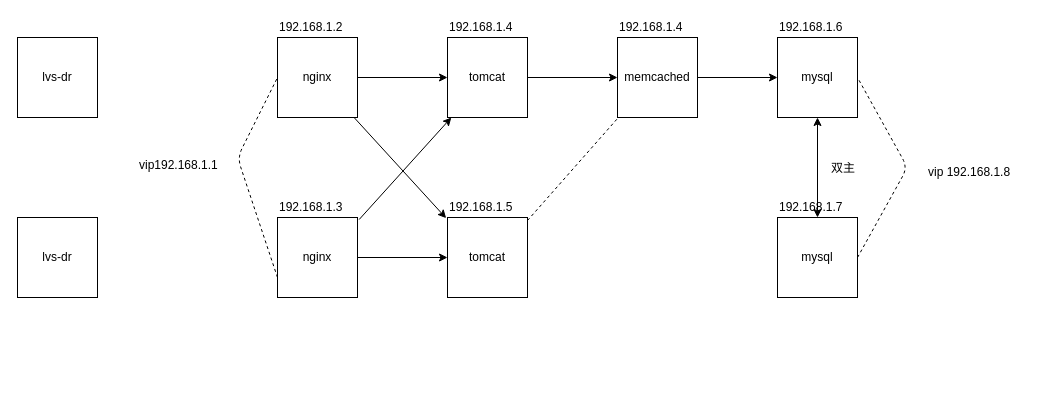
This is Untitled Diagram.drawio from niceallll/dashboard, a draw.io file, before an edit. Source tidied: cells renumbered, new cells numbered last; positions are measured from the earlier drawing's top-left corner, leaving out a move shared by most shapes. Both pictures are drawn from the tidied source at 100%, with x=0, y=0 at pixel (17, 17).
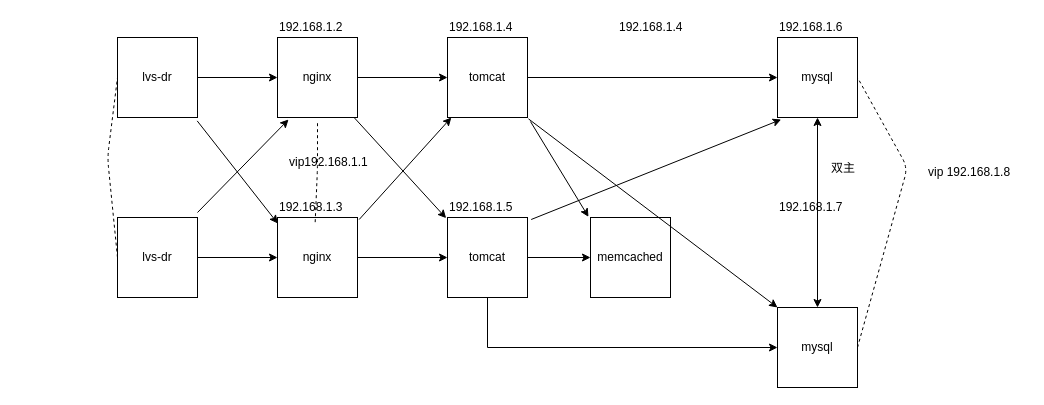
The same diagram, later.

Unchanged cells that the change refers to:
```xml
<mxCell id="3" value="nginx" style="whiteSpace=wrap;html=1;" parent="1" vertex="1">
  <mxGeometry x="260" y="20" width="80" height="80" as="geometry" />
</mxCell>
<mxCell id="5" value="tomcat" style="whiteSpace=wrap;html=1;direction=south;" parent="1" vertex="1">
  <mxGeometry x="430" y="20" width="80" height="80" as="geometry" />
</mxCell>
<mxCell id="8" value="mysql" style="whiteSpace=wrap;html=1;" parent="1" vertex="1">
  <mxGeometry x="760" y="20" width="80" height="80" as="geometry" />
</mxCell>
<mxCell id="10" value="nginx" style="whiteSpace=wrap;html=1;" parent="1" vertex="1">
  <mxGeometry x="260" y="200" width="80" height="80" as="geometry" />
</mxCell>
<mxCell id="11" value="tomcat" style="whiteSpace=wrap;html=1;" parent="1" vertex="1">
  <mxGeometry x="430" y="200" width="80" height="80" as="geometry" />
</mxCell>
<mxCell id="16" value="192.168.1.3" style="text;html=1;points=[];align=left;verticalAlign=top;spacingTop=-4;" parent="1" vertex="1">
  <mxGeometry x="260" y="180" width="80" height="20" as="geometry" />
</mxCell>
<mxCell id="19" value="192.168.1.5&lt;br&gt;" style="text;html=1;points=[];align=left;verticalAlign=top;spacingTop=-4;" parent="1" vertex="1">
  <mxGeometry x="430" y="180" width="80" height="20" as="geometry" />
</mxCell>
```

The edit, as a diff of the source:
```diff
@@
-    <mxCell id="4" style="edgeStyle=orthogonalEdgeStyle;rounded=0;jettySize=auto;html=1;entryX=0;entryY=0.5;entryDx=0;entryDy=0;" parent="1" edge="1" source="5" target="7">
-      <mxGeometry relative="1" as="geometry" />
-    </mxCell>
+    <mxCell id="32" style="edgeStyle=orthogonalEdgeStyle;rounded=0;jettySize=auto;html=1;entryX=0;entryY=0.5;entryDx=0;entryDy=0;" parent="1" edge="1" source="5" target="8">
+      <mxGeometry relative="1" as="geometry" />
+    </mxCell>
@@
-    <mxCell id="6" style="edgeStyle=orthogonalEdgeStyle;rounded=0;jettySize=auto;html=1;entryX=0;entryY=0.5;entryDx=0;entryDy=0;" parent="1" edge="1" source="7" target="8">
-      <mxGeometry relative="1" as="geometry" />
-    </mxCell>
     <mxCell id="7" value="memcached" style="whiteSpace=wrap;html=1;" parent="1" vertex="1">
-      <mxGeometry x="600" y="20" width="80" height="80" as="geometry" />
+      <mxGeometry x="573" y="200" width="80" height="80" as="geometry" />
     </mxCell>
@@
+    <mxCell id="33" style="edgeStyle=orthogonalEdgeStyle;rounded=0;jettySize=auto;html=1;entryX=0;entryY=0.5;entryDx=0;entryDy=0;" parent="1" edge="1" source="11" target="12">
+      <mxGeometry relative="1" as="geometry">
+        <Array as="points">
+          <mxPoint x="470" y="330" />
+        </Array>
+      </mxGeometry>
+    </mxCell>
+    <mxCell id="34" style="edgeStyle=orthogonalEdgeStyle;rounded=0;jettySize=auto;html=1;exitX=1;exitY=0.5;exitDx=0;exitDy=0;entryX=0;entryY=0.5;entryDx=0;entryDy=0;" parent="1" edge="1" source="11" target="7">
+      <mxGeometry relative="1" as="geometry" />
+    </mxCell>
@@
     <mxCell id="12" value="mysql" style="whiteSpace=wrap;html=1;" parent="1" vertex="1">
-      <mxGeometry x="760" y="200" width="80" height="80" as="geometry" />
+      <mxGeometry x="760" y="290" width="80" height="80" as="geometry" />
     </mxCell>
-    <mxCell id="13" style="endArrow=none;dashed=1;html=1;entryX=0;entryY=0.5;entryDx=0;entryDy=0;exitX=0;exitY=0.75;exitDx=0;exitDy=0;" parent="1" edge="1" source="10" target="3">
+    <mxCell id="13" style="endArrow=none;dashed=1;html=1;exitX=0.471;exitY=1.233;exitDx=0;exitDy=0;exitPerimeter=0;" parent="1" edge="1" source="16">
       <mxGeometry relative="1" as="geometry">
+        <mxPoint x="300" y="105" as="targetPoint" />
         <Array as="points">
-          <mxPoint x="220" y="140" />
+          <mxPoint x="300" y="150" />
         </Array>
       </mxGeometry>
     </mxCell>
     <mxCell id="14" value="vip192.168.1.1" style="text;html=1;align=left;verticalAlign=top;spacingTop=-4;" parent="1" vertex="1">
-      <mxGeometry x="120" y="138" width="90" height="20" as="geometry" />
+      <mxGeometry x="270" y="135" width="90" height="20" as="geometry" />
     </mxCell>
@@
-    <mxCell id="20" style="endArrow=none;dashed=1;html=1;" parent="1" edge="1">
-      <mxGeometry relative="1" as="geometry">
-        <mxPoint x="510" y="203" as="sourcePoint" />
-        <mxPoint x="600" y="101" as="targetPoint" />
-      </mxGeometry>
-    </mxCell>
@@
+    <mxCell id="35" style="edgeStyle=orthogonalEdgeStyle;rounded=0;jettySize=auto;html=1;exitX=1;exitY=0.5;exitDx=0;exitDy=0;entryX=0;entryY=0.5;entryDx=0;entryDy=0;" parent="1" edge="1" source="25" target="3">
+      <mxGeometry relative="1" as="geometry" />
+    </mxCell>
     <mxCell id="25" value="lvs-dr" style="whiteSpace=wrap;html=1;" parent="1" vertex="1">
-      <mxGeometry y="20" width="80" height="80" as="geometry" />
+      <mxGeometry x="100" y="20" width="80" height="80" as="geometry" />
     </mxCell>
@@
+    <mxCell id="36" style="edgeStyle=orthogonalEdgeStyle;rounded=0;jettySize=auto;html=1;exitX=1;exitY=0.5;exitDx=0;exitDy=0;entryX=0;entryY=0.5;entryDx=0;entryDy=0;" parent="1" edge="1" source="31" target="10">
+      <mxGeometry relative="1" as="geometry" />
+    </mxCell>
     <mxCell id="31" value="lvs-dr" style="whiteSpace=wrap;html=1;" parent="1" vertex="1">
-      <mxGeometry y="200" width="80" height="80" as="geometry" />
+      <mxGeometry x="100" y="200" width="80" height="80" as="geometry" />
     </mxCell>
+    <mxCell id="37" style="endArrow=none;dashed=1;html=1;entryX=0;entryY=0.5;entryDx=0;entryDy=0;exitX=0;exitY=0.5;exitDx=0;exitDy=0;" parent="1" edge="1" source="31" target="25">
+      <mxGeometry relative="1" as="geometry">
+        <Array as="points">
+          <mxPoint x="90" y="140" />
+        </Array>
+      </mxGeometry>
+    </mxCell>
+    <mxCell id="38" style="endArrow=classic;html=1;entryX=0.138;entryY=1.025;entryDx=0;entryDy=0;entryPerimeter=0;" parent="1" edge="1" target="3">
+      <mxGeometry relative="1" as="geometry">
+        <mxPoint x="180" y="195" as="sourcePoint" />
+      </mxGeometry>
+    </mxCell>
+    <mxCell id="39" style="endArrow=classic;html=1;entryX=0.004;entryY=1.3;entryDx=0;entryDy=0;entryPerimeter=0;exitX=0.996;exitY=1.042;exitDx=0;exitDy=0;exitPerimeter=0;" parent="1" edge="1" source="25" target="16">
+      <mxGeometry relative="1" as="geometry" />
+    </mxCell>
+    <mxCell id="40" style="endArrow=classic;html=1;entryX=0.046;entryY=1.025;entryDx=0;entryDy=0;entryPerimeter=0;exitX=1.046;exitY=1.1;exitDx=0;exitDy=0;exitPerimeter=0;" parent="1" edge="1" source="19" target="8">
+      <mxGeometry relative="1" as="geometry" />
+    </mxCell>
+    <mxCell id="41" style="endArrow=classic;html=1;entryX=0;entryY=0;entryDx=0;entryDy=0;entryPerimeter=0;exitX=1.017;exitY=-0.012;exitDx=0;exitDy=0;exitPerimeter=0;" parent="1" edge="1" source="5" target="12">
+      <mxGeometry relative="1" as="geometry" />
+    </mxCell>
+    <mxCell id="4" style="endArrow=classic;html=1;entryX=-0.025;entryY=-0.008;entryDx=0;entryDy=0;entryPerimeter=0;exitX=1.05;exitY=-0.037;exitDx=0;exitDy=0;exitPerimeter=0;" parent="1" edge="1" source="5" target="7">
+      <mxGeometry relative="1" as="geometry" />
+    </mxCell>
```
